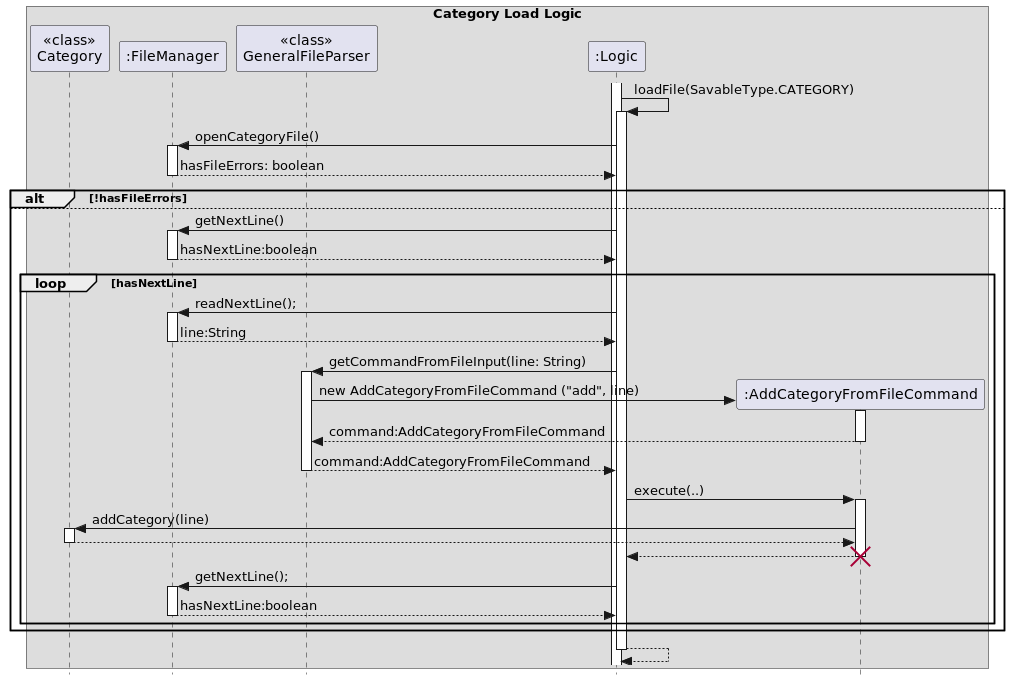
Above: docs/images/category_load_sequence.png in JianJiaT/tp (PlantUML), before the change. Its source is kept beside it as docs/team/UML_Files/category_load_sequence.puml.
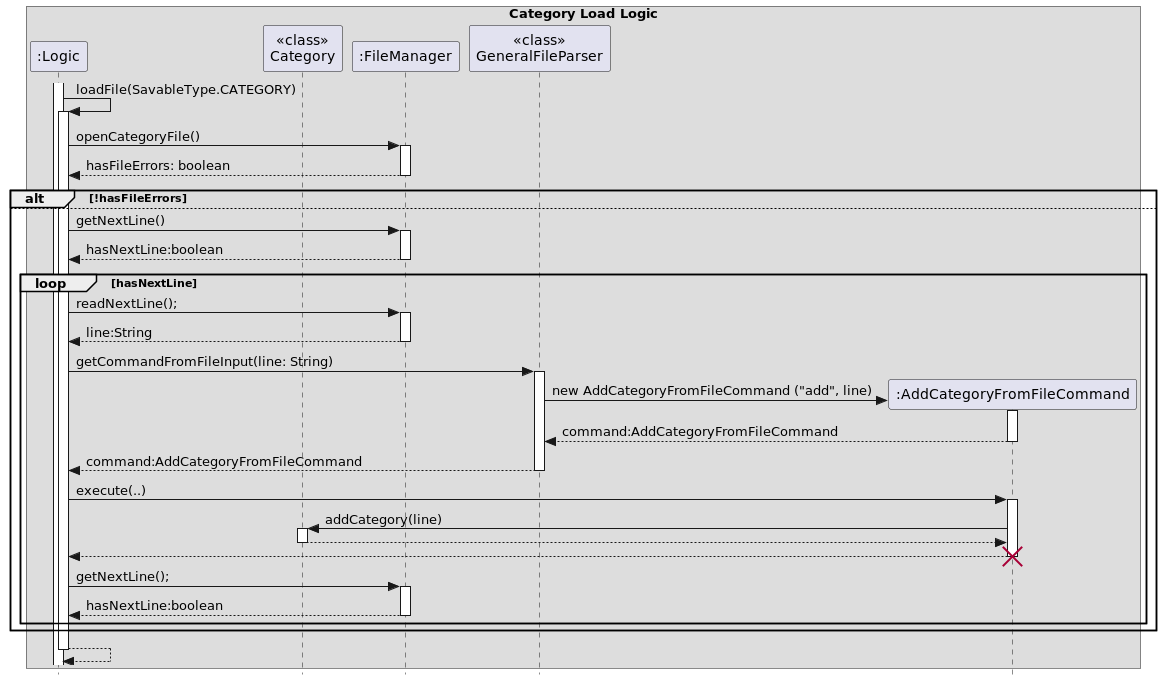
After the change.

Commit message:
Modify category load uml Shifted logic to the left

The edit, as a diff of the source:
```diff
@@ -1,16 +1,17 @@
 @startuml
 skinparam Style strictuml
 box Category Load Logic
-
+participant ":Logic" as logic
 participant "<<class>>\nCategory" as category
 participant ":FileManager" as fileManager
 participant "<<class>>\nGeneralFileParser" as generalFileParser
-participant ":Logic" as logic
 participant ":AddCategoryFromFileCommand" as AddCategoryFromFileCommand
 
 activate logic
+
 logic -> logic: loadFile(SavableType.CATEGORY)
 activate logic
+
 logic -> fileManager: openCategoryFile()
 activate fileManager
 fileManager -[dashed]-> logic: hasFileErrors: boolean
@@ -51,8 +52,9 @@
 
         end
     end
-
     logic -[dashed]-> logic
     deactivate logic
+
+
 end box
 @enduml
```
